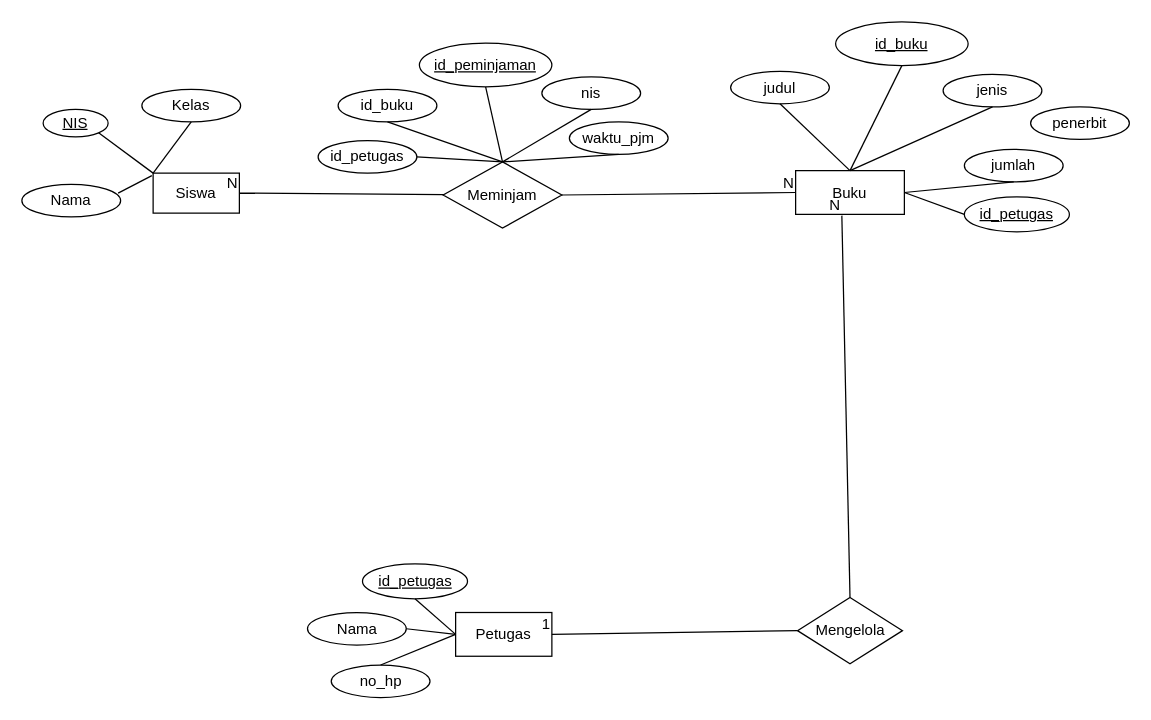
Above: Untitled Diagram.drawio in marliahanisa/belajar-perancangan (draw.io), before the change. Source tidied: cells renumbered, new cells numbered last; positions are measured from the earlier drawing's top-left corner, leaving out a move shared by most shapes. Both pictures are drawn from the tidied source at 125%, with x=0, y=0 at pixel (21, 21).
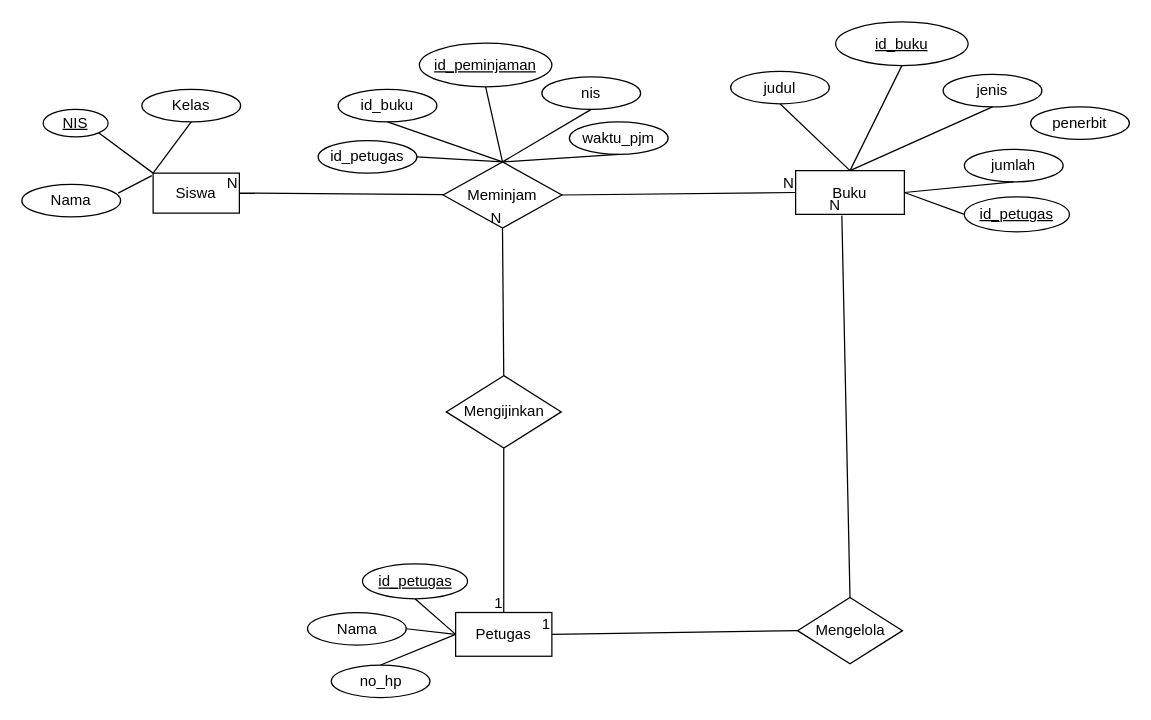
Above is the later version.

Commit message (it also covers changes not shown here):
Mengubah ERD many to many ke one to many

Unchanged cells that the change refers to:
```xml
<mxCell id="3" value="Petugas" style="whiteSpace=wrap;html=1;align=center;" parent="1" vertex="1">
  <mxGeometry x="347" y="472.5" width="77" height="35" as="geometry" />
</mxCell>
<mxCell id="9" value="Meminjam" style="shape=rhombus;perimeter=rhombusPerimeter;whiteSpace=wrap;html=1;align=center;" parent="1" vertex="1">
  <mxGeometry x="337" y="112" width="95" height="53" as="geometry" />
</mxCell>
```

Change to the diagram source:
```diff
@@
+    <mxCell id="48" value="Mengijinkan" style="shape=rhombus;perimeter=rhombusPerimeter;whiteSpace=wrap;html=1;align=center;" parent="1" vertex="1">
+      <mxGeometry x="339.5" y="283" width="92" height="58" as="geometry" />
+    </mxCell>
+    <mxCell id="49" style="endArrow=none;html=1;rounded=0;fontSize=12;startSize=8;endSize=8;curved=1;entryX=0.5;entryY=1;entryDx=0;entryDy=0;exitX=0.5;exitY=0;exitDx=0;exitDy=0;" parent="1" edge="1" source="48" target="9">
+      <mxGeometry relative="1" as="geometry" />
+    </mxCell>
+    <mxCell id="50" value="N" style="html=1;whiteSpace=wrap;align=right;verticalAlign=bottom;" parent="49" vertex="1">
+      <mxGeometry x="1" relative="1" as="geometry" />
+    </mxCell>
+    <mxCell id="51" style="endArrow=none;html=1;rounded=0;fontSize=12;startSize=8;endSize=8;curved=1;exitX=0.5;exitY=1;exitDx=0;exitDy=0;" parent="1" edge="1" source="48" target="3">
+      <mxGeometry relative="1" as="geometry" />
+    </mxCell>
+    <mxCell id="52" value="1" style="html=1;whiteSpace=wrap;align=right;verticalAlign=bottom;" parent="51" vertex="1">
+      <mxGeometry x="1" relative="1" as="geometry" />
+    </mxCell>
```
